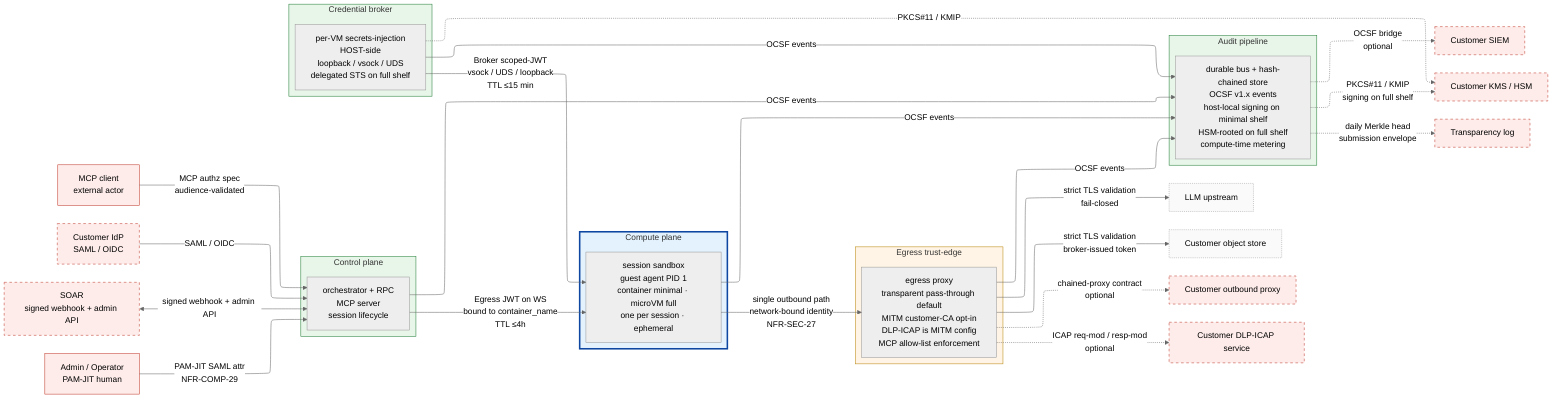
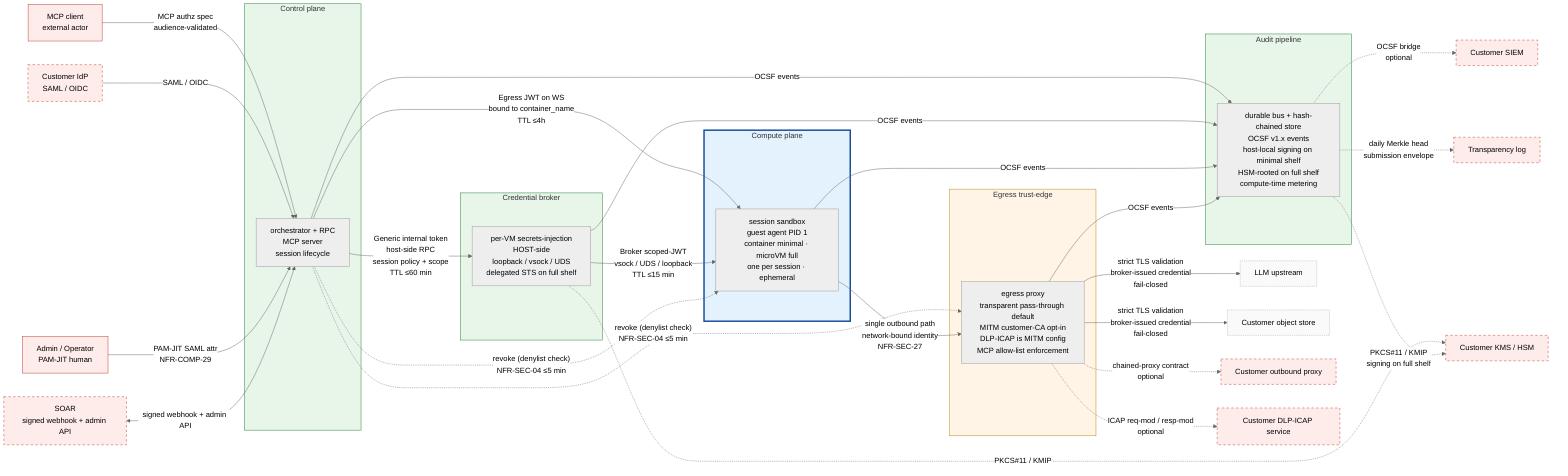
%% SPDX-License-Identifier: FSL-1.1-Apache-2.0
%% Copyright (c) 2025 Open Computer Use Contributors
%% Canonical Layer 3 trust-zone diagram. Referenced from docs/architecture/02-trust-boundaries.md §5.
%% Convention: solid subgraph border = always present; dashed border = optional configuration.
- %% Palette per DoD ZTRA: red untrusted / amber semi-trusted / green trusted / blue isolated.
+ %% Palette (project convention): red untrusted / amber semi-trusted / green trusted / blue isolated.

- %%{init: {"flowchart": {"defaultRenderer": "elk"}, "theme": "neutral"} }%%
+ %%{init: {"theme": "neutral"} }%%
flowchart LR

    %% ─── external actors (untrusted; rendered as plain nodes, not subgraphs) ───
    MCPC[MCP client<br/>external actor]:::ext
    IDP[Customer IdP<br/>SAML / OIDC]:::extOpt
    LLM[LLM upstream]:::endpoint
    OBJ[Customer object store]:::endpoint
    CPROXY[Customer outbound proxy]:::extOpt
    ICAP[Customer DLP-ICAP service]:::extOpt
    SIEM[Customer SIEM]:::extOpt
    KMS[Customer KMS / HSM]:::extOpt
    SOAR[SOAR<br/>signed webhook + admin API]:::extOpt
    OPER[Admin / Operator<br/>PAM-JIT human]:::ext
    TLOG[Transparency log]:::extOpt

    %% ─── our zones ───
    subgraph CP[Control plane]
        ORCH[orchestrator + RPC<br/>MCP server<br/>session lifecycle]
    end

    subgraph BROKER[Credential broker]
        BR[per-VM secrets-injection<br/>HOST-side<br/>loopback / vsock / UDS<br/>delegated STS on full shelf]
    end

    subgraph COMPUTE[Compute plane]
        VM[session sandbox<br/>guest agent PID 1<br/>container minimal · microVM full<br/>one per session · ephemeral]
    end

    subgraph EDGE[Egress trust-edge]
        PROXY[egress proxy<br/>transparent pass-through default<br/>MITM customer-CA opt-in<br/>DLP-ICAP is MITM config<br/>MCP allow-list enforcement]
    end

    subgraph AUDIT[Audit pipeline]
        BUS[durable bus + hash-chained store<br/>OCSF v1.x events<br/>host-local signing on minimal shelf<br/>HSM-rooted on full shelf<br/>compute-time metering]
    end

    %% ─── inbound edges ───
    MCPC -->|"MCP authz spec<br/>audience-validated"| ORCH
    IDP -->|SAML / OIDC| ORCH
    OPER -->|PAM-JIT SAML attr<br/>NFR-COMP-29| ORCH
    SOAR <-->|signed webhook + admin API| ORCH

    %% ─── internal edges (encrypted in transit; NFR-SEC-37) ───
+     ORCH -->|"Generic internal token<br/>host-side RPC<br/>session policy + scope<br/>TTL ≤60 min"| BR
    ORCH -->|"Egress JWT on WS<br/>bound to container_name<br/>TTL ≤4h"| VM
    BR -->|"Broker scoped-JWT<br/>vsock / UDS / loopback<br/>TTL ≤15 min"| VM

+     %% ─── revoke channel (denylist; independent of IdP reachability) ───
+     ORCH -.->|"revoke (denylist check)<br/>NFR-SEC-04 ≤5 min"| VM
+     ORCH -.->|"revoke (denylist check)<br/>NFR-SEC-04 ≤5 min"| PROXY
+ 
    %% ─── egress edges ───
    VM -->|"single outbound path<br/>network-bound identity<br/>NFR-SEC-27"| PROXY
-     PROXY -->|"strict TLS validation<br/>fail-closed"| LLM
-     PROXY -->|"strict TLS validation<br/>broker-issued token"| OBJ
+     PROXY -->|"strict TLS validation<br/>broker-issued credential<br/>fail-closed"| LLM
+     PROXY -->|"strict TLS validation<br/>broker-issued credential<br/>fail-closed"| OBJ
    PROXY -.->|"chained-proxy contract<br/>optional"| CPROXY
    PROXY -.->|"ICAP req-mod / resp-mod<br/>optional"| ICAP

    %% ─── audit edges (every named zone emits OCSF events) ───
    ORCH -->|OCSF events| BUS
    BR -->|OCSF events| BUS
    VM -->|OCSF events| BUS
    PROXY -->|OCSF events| BUS

    %% ─── audit egress ───
    BUS -.->|"OCSF bridge<br/>optional"| SIEM
    BUS -.->|"daily Merkle head<br/>submission envelope"| TLOG

    %% ─── KMS path (optional, full-capability shelf only) ───
    BR -.->|"PKCS#11 / KMIP"| KMS
    BUS -.->|"PKCS#11 / KMIP<br/>signing on full shelf"| KMS

-     %% ─── styling (DoD ZTRA palette) ───
+     %% ─── styling (project palette: red untrusted / amber semi-trusted / green trusted / blue isolated) ───
    classDef ext fill:#fdecea,stroke:#c0392b,stroke-width:1px;
    classDef extOpt fill:#fdecea,stroke:#c0392b,stroke-dasharray: 5 5;
    classDef endpoint fill:#fafafa,stroke:#9e9e9e,stroke-dasharray: 2 2;
    style CP fill:#e8f5e9,stroke:#1e7e34,stroke-width:1px;
    style BROKER fill:#e8f5e9,stroke:#1e7e34,stroke-width:1px;
    style COMPUTE fill:#e3f2fd,stroke:#0d47a1,stroke-width:3px;
    style EDGE fill:#fff4e5,stroke:#b8860b,stroke-width:1px;
    style AUDIT fill:#e8f5e9,stroke:#1e7e34,stroke-width:1px;
